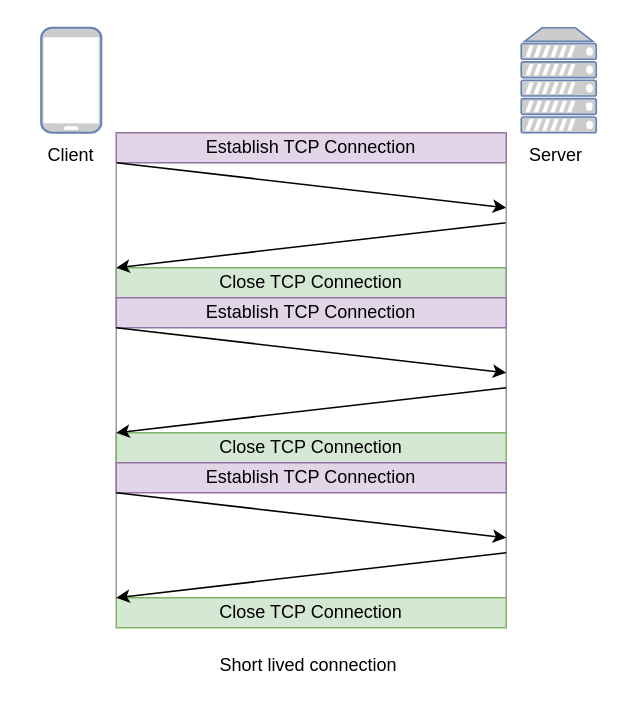
This is persistent_http.drawio from baoqger/drawing.io, a draw.io file, before an edit. Source tidied: cells renumbered, new cells numbered last; positions are measured from the earlier drawing's top-left corner, leaving out a move shared by most shapes. Both pictures are drawn from the tidied source at 150%, with x=0, y=0 at pixel (26, 27).
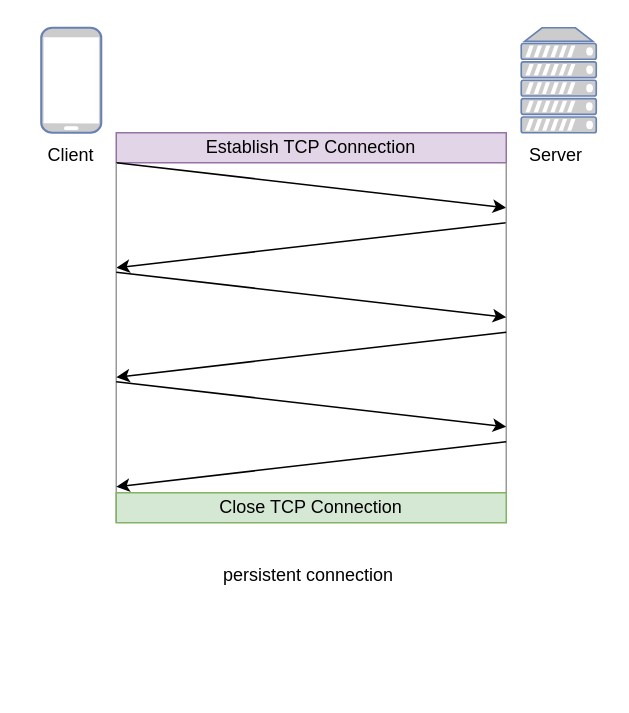
The same page after the edit.

What changed in the source:
```diff
@@
-    <mxCell id="7" value="Close TCP Connection" style="rounded=0;whiteSpace=wrap;html=1;strokeColor=#82b366;fillColor=#d5e8d4;" parent="1" vertex="1">
-      <mxGeometry x="60" y="160" width="260" height="20" as="geometry" />
-    </mxCell>
@@
-    <mxCell id="9" style="endArrow=classic;html=1;rounded=0;entryX=0;entryY=0;entryDx=0;entryDy=0;" parent="1" edge="1" target="7">
+    <mxCell id="9" style="endArrow=classic;html=1;rounded=0;entryX=0;entryY=0;entryDx=0;entryDy=0;" parent="1" edge="1">
       <mxGeometry relative="1" as="geometry">
         <mxPoint x="320" y="130" as="sourcePoint" />
+        <mxPoint x="60" y="160" as="targetPoint" />
       </mxGeometry>
     </mxCell>
-    <mxCell id="10" style="endArrow=none;html=1;rounded=0;strokeColor=#999999;" parent="1" edge="1">
+    <mxCell id="10" style="endArrow=none;html=1;rounded=0;strokeColor=#999999;exitX=0;exitY=1;exitDx=0;exitDy=0;" parent="1" edge="1" source="17">
       <mxGeometry relative="1" as="geometry">
-        <mxPoint x="60" y="380" as="sourcePoint" />
         <mxPoint x="60" y="90" as="targetPoint" />
       </mxGeometry>
     </mxCell>
-    <mxCell id="11" style="endArrow=none;html=1;rounded=0;strokeColor=#999999;" parent="1" edge="1">
+    <mxCell id="11" style="endArrow=none;html=1;rounded=0;strokeColor=#999999;exitX=1;exitY=0.75;exitDx=0;exitDy=0;" parent="1" edge="1" source="17">
       <mxGeometry relative="1" as="geometry">
-        <mxPoint x="320" y="380" as="sourcePoint" />
         <mxPoint x="320" y="90" as="targetPoint" />
       </mxGeometry>
     </mxCell>
-    <mxCell id="12" value="Establish TCP Connection" style="rounded=0;whiteSpace=wrap;html=1;strokeColor=#9673a6;fillColor=#e1d5e7;" parent="1" vertex="1">
-      <mxGeometry x="60" y="180" width="260" height="20" as="geometry" />
-    </mxCell>
-    <mxCell id="13" value="Close TCP Connection" style="rounded=0;whiteSpace=wrap;html=1;strokeColor=#82b366;fillColor=#d5e8d4;" parent="1" vertex="1">
-      <mxGeometry x="60" y="270" width="260" height="20" as="geometry" />
-    </mxCell>
     <mxCell id="14" style="endArrow=classic;html=1;rounded=0;" parent="1" edge="1">
       <mxGeometry relative="1" as="geometry">
-        <mxPoint x="60" y="200" as="sourcePoint" />
-        <mxPoint x="320" y="230" as="targetPoint" />
+        <mxPoint x="60" y="163" as="sourcePoint" />
+        <mxPoint x="320" y="193" as="targetPoint" />
       </mxGeometry>
     </mxCell>
-    <mxCell id="15" style="endArrow=classic;html=1;rounded=0;entryX=0;entryY=0;entryDx=0;entryDy=0;" parent="1" edge="1" target="13">
+    <mxCell id="15" style="endArrow=classic;html=1;rounded=0;entryX=0;entryY=0;entryDx=0;entryDy=0;" parent="1" edge="1">
       <mxGeometry relative="1" as="geometry">
-        <mxPoint x="320" y="240" as="sourcePoint" />
+        <mxPoint x="320" y="203" as="sourcePoint" />
+        <mxPoint x="60" y="233" as="targetPoint" />
       </mxGeometry>
     </mxCell>
-    <mxCell id="16" value="Establish TCP Connection" style="rounded=0;whiteSpace=wrap;html=1;strokeColor=#9673a6;fillColor=#e1d5e7;" parent="1" vertex="1">
-      <mxGeometry x="60" y="290" width="260" height="20" as="geometry" />
-    </mxCell>
     <mxCell id="17" value="Close TCP Connection" style="rounded=0;whiteSpace=wrap;html=1;strokeColor=#82b366;fillColor=#d5e8d4;" parent="1" vertex="1">
-      <mxGeometry x="60" y="380" width="260" height="20" as="geometry" />
+      <mxGeometry x="60" y="310" width="260" height="20" as="geometry" />
     </mxCell>
     <mxCell id="18" style="endArrow=classic;html=1;rounded=0;" parent="1" edge="1">
       <mxGeometry relative="1" as="geometry">
-        <mxPoint x="60" y="310" as="sourcePoint" />
-        <mxPoint x="320" y="340" as="targetPoint" />
+        <mxPoint x="60" y="236" as="sourcePoint" />
+        <mxPoint x="320" y="266" as="targetPoint" />
       </mxGeometry>
     </mxCell>
-    <mxCell id="19" style="endArrow=classic;html=1;rounded=0;entryX=0;entryY=0;entryDx=0;entryDy=0;" parent="1" edge="1" target="17">
+    <mxCell id="19" style="endArrow=classic;html=1;rounded=0;entryX=0;entryY=0;entryDx=0;entryDy=0;" parent="1" edge="1">
       <mxGeometry relative="1" as="geometry">
-        <mxPoint x="320" y="350" as="sourcePoint" />
+        <mxPoint x="320" y="276" as="sourcePoint" />
+        <mxPoint x="60" y="306" as="targetPoint" />
       </mxGeometry>
     </mxCell>
-    <mxCell id="20" value="Short lived connection&amp;nbsp;" style="text;html=1;strokeColor=none;fillColor=none;align=center;verticalAlign=middle;whiteSpace=wrap;rounded=0;" parent="1" vertex="1">
-      <mxGeometry x="125" y="410" width="130" height="30" as="geometry" />
+    <mxCell id="20" value="persistent connection&amp;nbsp;" style="text;html=1;strokeColor=none;fillColor=none;align=center;verticalAlign=middle;whiteSpace=wrap;rounded=0;" parent="1" vertex="1">
+      <mxGeometry x="125" y="350" width="130" height="30" as="geometry" />
     </mxCell>
```
